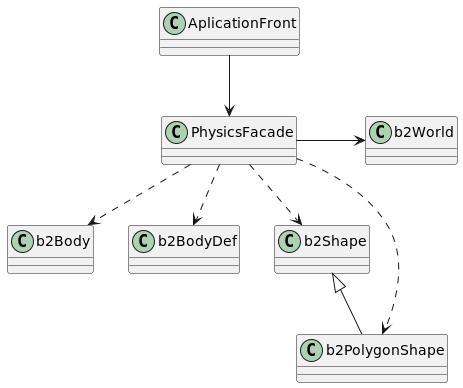
The PlantUML diagram diagrams/Facade/img/iteration1.png in AbrahamOsco/DsPatterns, before a commit.
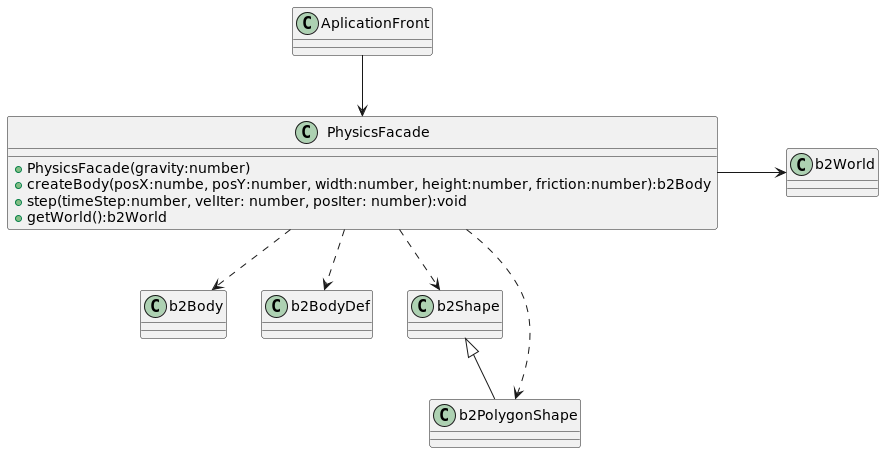
The same file after the commit.

What changed in the source:
```diff
@@ -18,7 +18,10 @@
 }
 
 class PhysicsFacade{
-
+    +PhysicsFacade(gravity:number)
+    +createBody(posX:numbe, posY:number, width:number, height:number, friction:number):b2Body
+    +step(timeStep:number, velIter: number, posIter: number):void
+    +getWorld():b2World
 }
 class AplicationFront{
 
```
